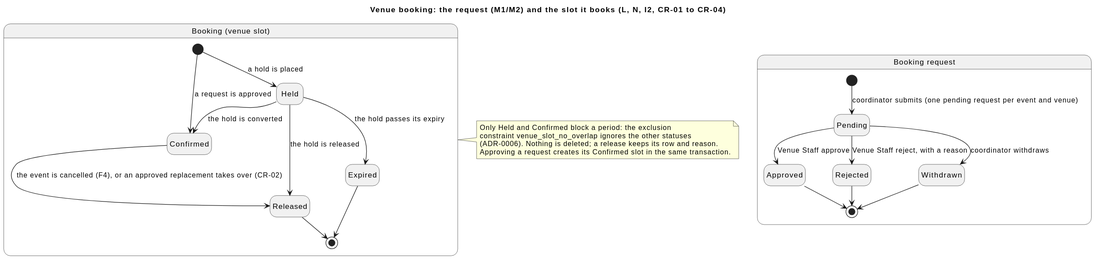
Earlier version of the PlantUML export documentation/architecture/images/booking-states.svg (raphaelkwek/event-planning-and-venue-booking-system). Source of this version:
```plantuml
@startuml
title Venue booking: the request (M1/M2) and the slot it books (L, N, I2, CR-01 to CR-04)
hide empty description
skinparam shadowing false

state "Booking request" as request {
  state "Pending" as PENDING
  state "Approved" as APPROVED
  state "Rejected" as REJECTED
  state "Withdrawn" as WITHDRAWN
  [*] --> PENDING : coordinator submits (one pending request per event and venue)
  PENDING --> APPROVED : Venue Staff approve
  PENDING --> REJECTED : Venue Staff reject, with a reason
  PENDING --> WITHDRAWN : coordinator withdraws
  APPROVED --> [*]
  REJECTED --> [*]
  WITHDRAWN --> [*]
}

state "Booking (venue slot)" as slot {
  state "Held" as HELD
  state "Confirmed" as CONFIRMED
  state "Released" as RELEASED
  state "Expired" as EXPIRED
  [*] --> HELD : a hold is placed
  [*] --> CONFIRMED : a request is approved
  HELD --> CONFIRMED : the hold is converted
  HELD --> RELEASED : the hold is released
  HELD --> EXPIRED : the hold passes its expiry
  CONFIRMED --> RELEASED : the event is cancelled (F4), or an approved replacement takes over (CR-02)
  RELEASED --> [*]
  EXPIRED --> [*]
}

note right of slot
  Only Held and Confirmed block a period: the exclusion
  constraint venue_slot_no_overlap ignores the other statuses
  (ADR-0006). Nothing is deleted; a release keeps its row and reason.
  Approving a request creates its Confirmed slot in the same transaction.
end note
@enduml
```
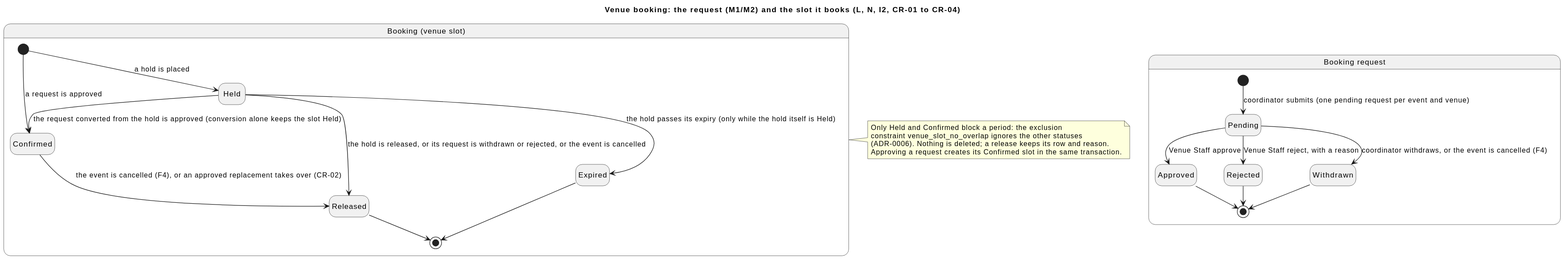
After the change.

Commit message:
docs(diagrams): commit the re-rendered booking, hold and registration state diagrams

Change to the diagram source:
```diff
@@ -11,7 +11,7 @@
   [*] --> PENDING : coordinator submits (one pending request per event and venue)
   PENDING --> APPROVED : Venue Staff approve
   PENDING --> REJECTED : Venue Staff reject, with a reason
-  PENDING --> WITHDRAWN : coordinator withdraws
+  PENDING --> WITHDRAWN : coordinator withdraws, or the event is cancelled (F4)
   APPROVED --> [*]
   REJECTED --> [*]
   WITHDRAWN --> [*]
@@ -24,9 +24,9 @@
   state "Expired" as EXPIRED
   [*] --> HELD : a hold is placed
   [*] --> CONFIRMED : a request is approved
-  HELD --> CONFIRMED : the hold is converted
-  HELD --> RELEASED : the hold is released
-  HELD --> EXPIRED : the hold passes its expiry
+  HELD --> CONFIRMED : the request converted from the hold is approved (conversion alone keeps the slot Held)
+  HELD --> RELEASED : the hold is released, or its request is withdrawn or rejected, or the event is cancelled
+  HELD --> EXPIRED : the hold passes its expiry (only while the hold itself is Held)
   CONFIRMED --> RELEASED : the event is cancelled (F4), or an approved replacement takes over (CR-02)
   RELEASED --> [*]
   EXPIRED --> [*]
```
